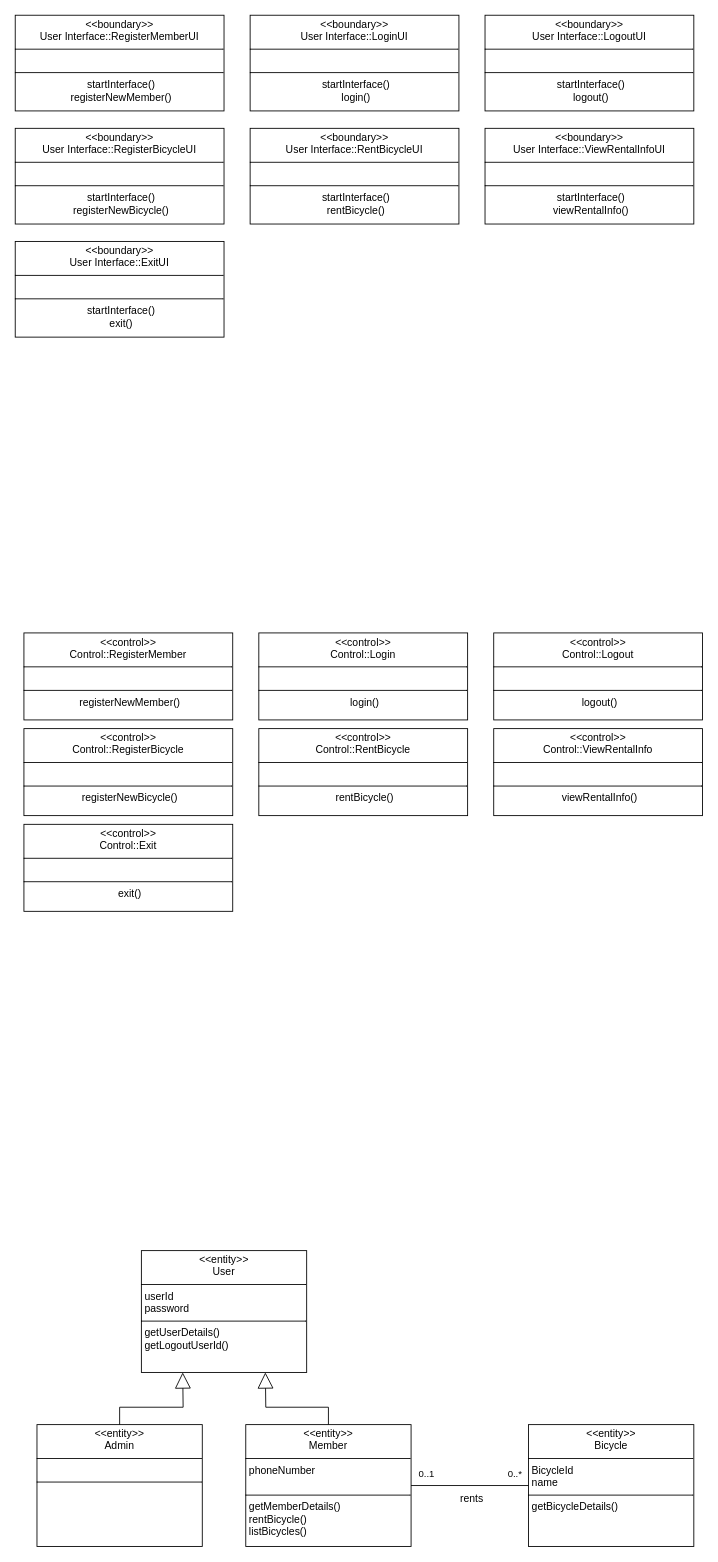
Earlier version of the draw.io diagram Analysis_Class_Diagram.drawio (MODUGGAGI/homework). Source tidied: cells renumbered, new cells numbered last; positions are measured from the earlier drawing's top-left corner, leaving out a move shared by most shapes. Both pictures are drawn from the tidied source at 87%, with x=0, y=0 at pixel (15, 15).
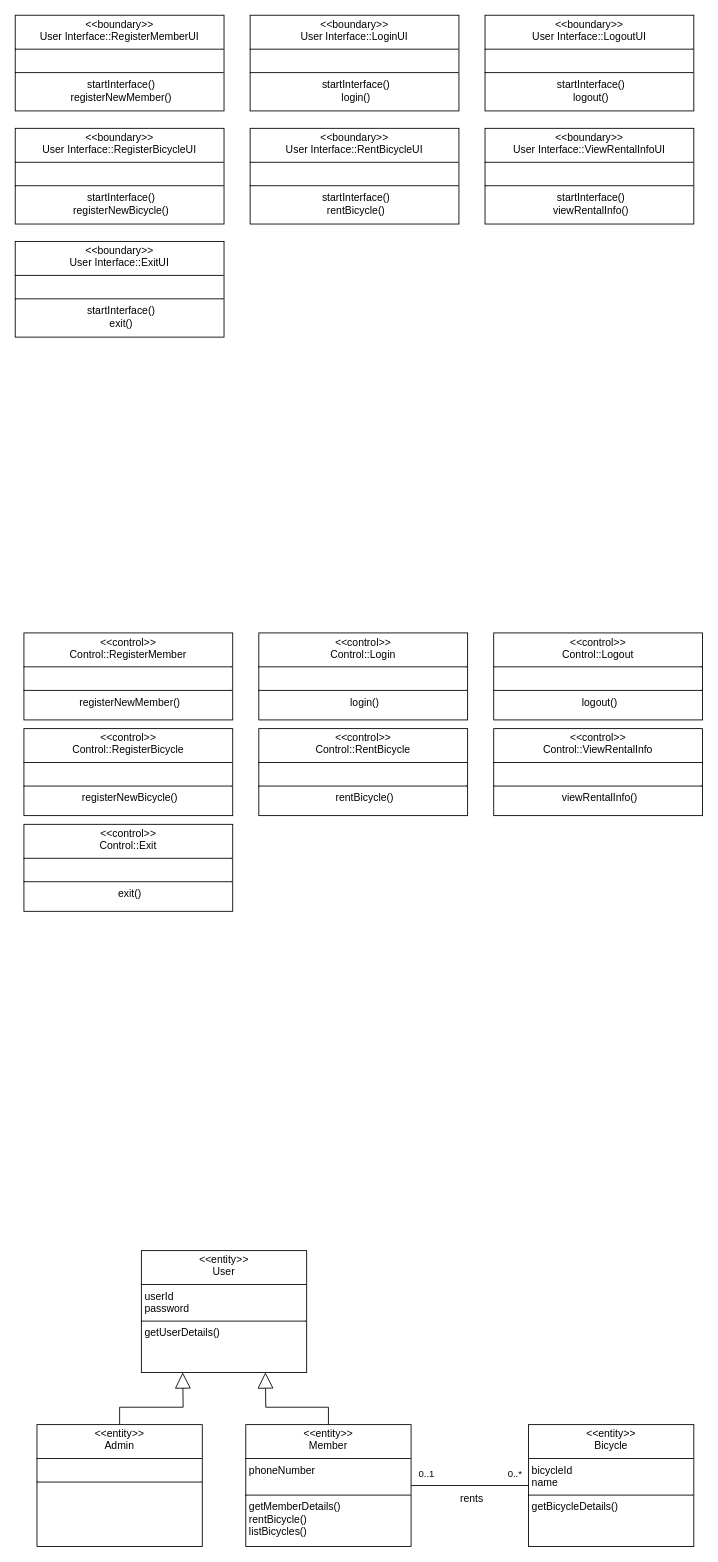
The same diagram, later.

Commit message:
최종수정 완료

What changed in the source:
```diff
@@
-    <mxCell id="16" value="&lt;p style=&quot;margin:0px;margin-top:4px;text-align:center;&quot;&gt;&lt;i&gt;&amp;lt;&amp;lt;&lt;/i&gt;entity&lt;i&gt;&amp;gt;&amp;gt;&lt;/i&gt;&lt;br&gt;User&lt;/p&gt;&lt;hr size=&quot;1&quot; style=&quot;border-style:solid;&quot;&gt;&lt;p style=&quot;margin:0px;margin-left:4px;&quot;&gt;userId&lt;/p&gt;&lt;p style=&quot;margin:0px;margin-left:4px;&quot;&gt;password&lt;/p&gt;&lt;hr size=&quot;1&quot; style=&quot;border-style:solid;&quot;&gt;&lt;p style=&quot;margin:0px;margin-left:4px;&quot;&gt;&lt;span style=&quot;text-align: center;&quot;&gt;getUserDetails()&lt;/span&gt;&lt;/p&gt;&lt;p style=&quot;margin:0px;margin-left:4px;&quot;&gt;&lt;span style=&quot;text-align: center;&quot;&gt;getLogoutUserId()&lt;/span&gt;&lt;span style=&quot;text-align: center;&quot;&gt;&lt;/span&gt;&lt;/p&gt;" style="verticalAlign=top;align=left;overflow=fill;html=1;whiteSpace=wrap;" parent="1" vertex="1">
+    <mxCell id="16" value="&lt;p style=&quot;margin:0px;margin-top:4px;text-align:center;&quot;&gt;&lt;i&gt;&amp;lt;&amp;lt;&lt;/i&gt;entity&lt;i&gt;&amp;gt;&amp;gt;&lt;/i&gt;&lt;br&gt;User&lt;/p&gt;&lt;hr size=&quot;1&quot; style=&quot;border-style:solid;&quot;&gt;&lt;p style=&quot;margin:0px;margin-left:4px;&quot;&gt;userId&lt;/p&gt;&lt;p style=&quot;margin:0px;margin-left:4px;&quot;&gt;password&lt;/p&gt;&lt;hr size=&quot;1&quot; style=&quot;border-style:solid;&quot;&gt;&lt;p style=&quot;margin:0px;margin-left:4px;&quot;&gt;&lt;span style=&quot;text-align: center;&quot;&gt;getUserDetails()&lt;/span&gt;&lt;/p&gt;" style="verticalAlign=top;align=left;overflow=fill;html=1;whiteSpace=wrap;" parent="1" vertex="1">
       <mxGeometry x="145" y="1420" width="190" height="140" as="geometry" />
     </mxCell>
@@
-    <mxCell id="21" value="&lt;p style=&quot;margin:0px;margin-top:4px;text-align:center;&quot;&gt;&lt;i&gt;&amp;lt;&amp;lt;&lt;/i&gt;entity&lt;i&gt;&amp;gt;&amp;gt;&lt;/i&gt;&lt;br&gt;Bicycle&lt;/p&gt;&lt;hr size=&quot;1&quot; style=&quot;border-style:solid;&quot;&gt;&lt;p style=&quot;margin:0px;margin-left:4px;&quot;&gt;&lt;span style=&quot;background-color: transparent; color: light-dark(rgb(0, 0, 0), rgb(255, 255, 255));&quot;&gt;BicycleId&lt;/span&gt;&lt;/p&gt;&lt;p style=&quot;margin:0px;margin-left:4px;&quot;&gt;&lt;span style=&quot;background-color: transparent; color: light-dark(rgb(0, 0, 0), rgb(255, 255, 255));&quot;&gt;name&lt;/span&gt;&lt;/p&gt;&lt;hr size=&quot;1&quot; style=&quot;border-style:solid;&quot;&gt;&lt;p style=&quot;margin:0px;margin-left:4px;&quot;&gt;&lt;span style=&quot;text-align: center;&quot;&gt;getBicycleDetails()&lt;/span&gt;&lt;/p&gt;" style="verticalAlign=top;align=left;overflow=fill;html=1;whiteSpace=wrap;" parent="1" vertex="1">
+    <mxCell id="21" value="&lt;p style=&quot;margin:0px;margin-top:4px;text-align:center;&quot;&gt;&lt;i&gt;&amp;lt;&amp;lt;&lt;/i&gt;entity&lt;i&gt;&amp;gt;&amp;gt;&lt;/i&gt;&lt;br&gt;Bicycle&lt;/p&gt;&lt;hr size=&quot;1&quot; style=&quot;border-style:solid;&quot;&gt;&lt;p style=&quot;margin:0px;margin-left:4px;&quot;&gt;&lt;span style=&quot;background-color: transparent; color: light-dark(rgb(0, 0, 0), rgb(255, 255, 255));&quot;&gt;bicycleId&lt;/span&gt;&lt;/p&gt;&lt;p style=&quot;margin:0px;margin-left:4px;&quot;&gt;&lt;span style=&quot;background-color: transparent; color: light-dark(rgb(0, 0, 0), rgb(255, 255, 255));&quot;&gt;name&lt;/span&gt;&lt;/p&gt;&lt;hr size=&quot;1&quot; style=&quot;border-style:solid;&quot;&gt;&lt;p style=&quot;margin:0px;margin-left:4px;&quot;&gt;&lt;span style=&quot;text-align: center;&quot;&gt;getBicycleDetails()&lt;/span&gt;&lt;/p&gt;" style="verticalAlign=top;align=left;overflow=fill;html=1;whiteSpace=wrap;" parent="1" vertex="1">
       <mxGeometry x="590" y="1620" width="190" height="140" as="geometry" />
     </mxCell>
```
